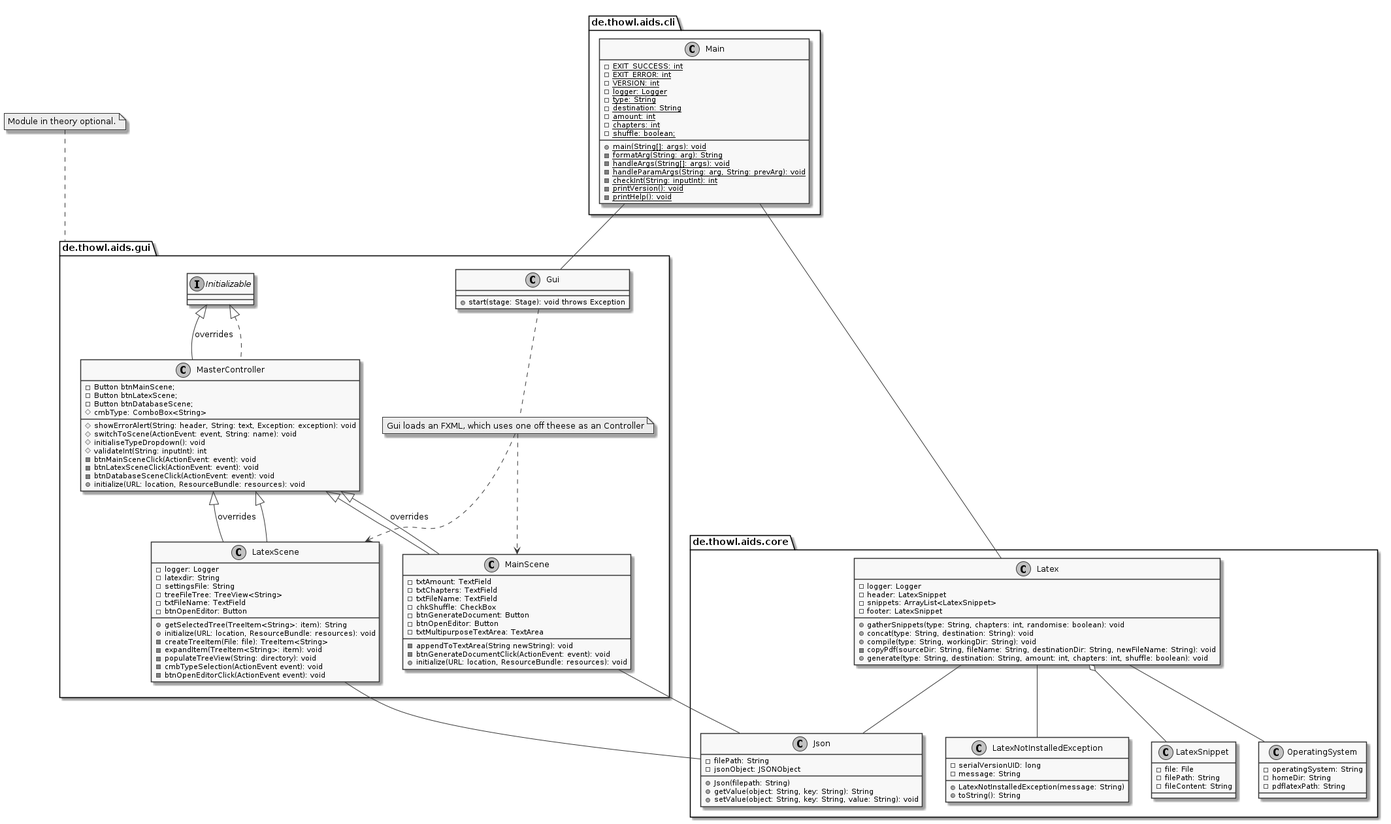
Above: docs/dev/technical_documentation/diagramm/uml/aids.png in j0giwa/autonomous-instant-documents (PlantUML), before the change.
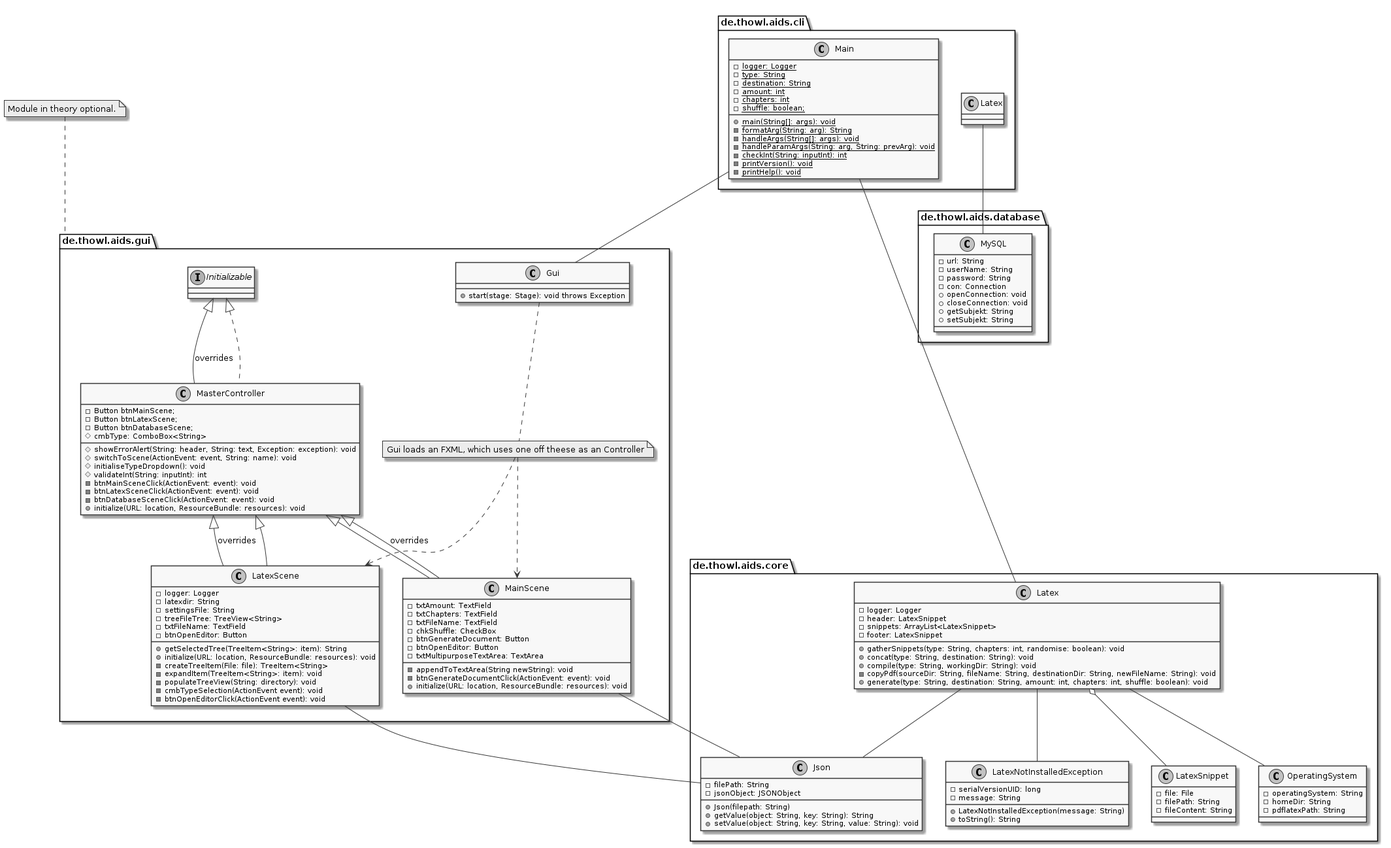
After the change.

The edit, as a diff of the source:
```diff
@@ -4,14 +4,12 @@
 
 de.thowl.aids.cli.Main -- de.thowl.aids.gui.Gui
 de.thowl.aids.cli.Main -- de.thowl.aids.core.Latex
+de.thowl.aids.cli.Latex -- de.thowl.aids.database.MySQL
 de.thowl.aids.gui.MainScene -- de.thowl.aids.core.Json
 de.thowl.aids.gui.LatexScene -- de.thowl.aids.core.Json
 
 package de.thowl.aids.cli {
 	class Main {
-		- {static} EXIT_SUCCESS: int
-		- {static} EXIT_ERROR: int
-		- {static} VERSION: int
 		- {static} logger: Logger
 		- {static} type: String
 		- {static} destination: String
@@ -134,4 +132,18 @@
 	MasterController <|-- MainScene : overrides
 	MasterController <|-- LatexScene : overrides
 }
+
+package de.thowl.aids.database {
+        class MySQL{
+                - url: String
+                - userName: String
+                - password: String
+                - con: Connection
+                + openConnection: void
+                + closeConnection: void
+                + getSubjekt: String
+                + setSubjekt: String
+        }
+}
+
 @enduml
```
